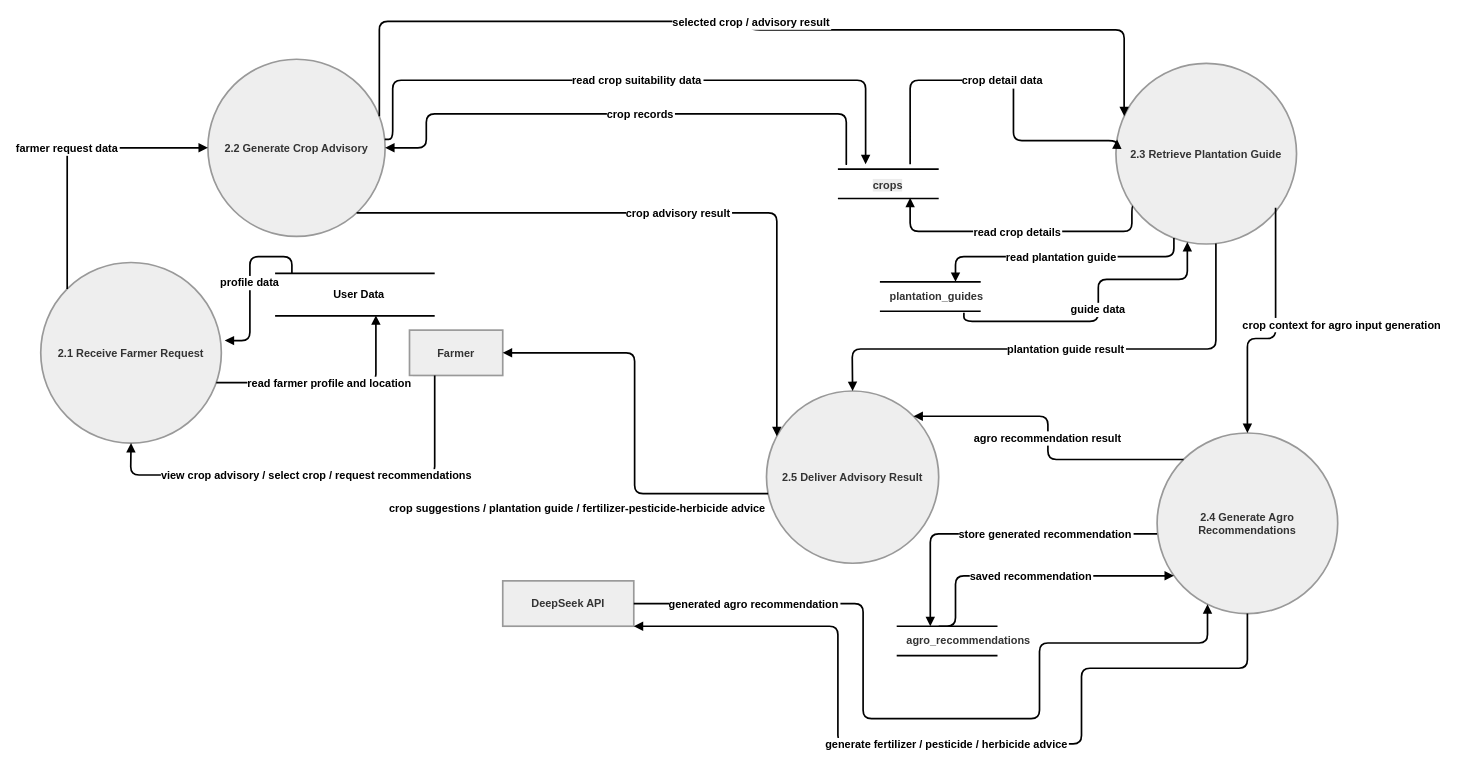
Earlier version of the draw.io diagram final/Level 2 DFD for Crop Advisory and Plantation Guide Process.drawio (bidur7745/Drawio-Files). Source tidied: cells renumbered, new cells numbered last; positions are measured from the earlier drawing's top-left corner, leaving out a move shared by most shapes. Both pictures are drawn from the tidied source at 84%, with x=0, y=0 at pixel (40, 21).
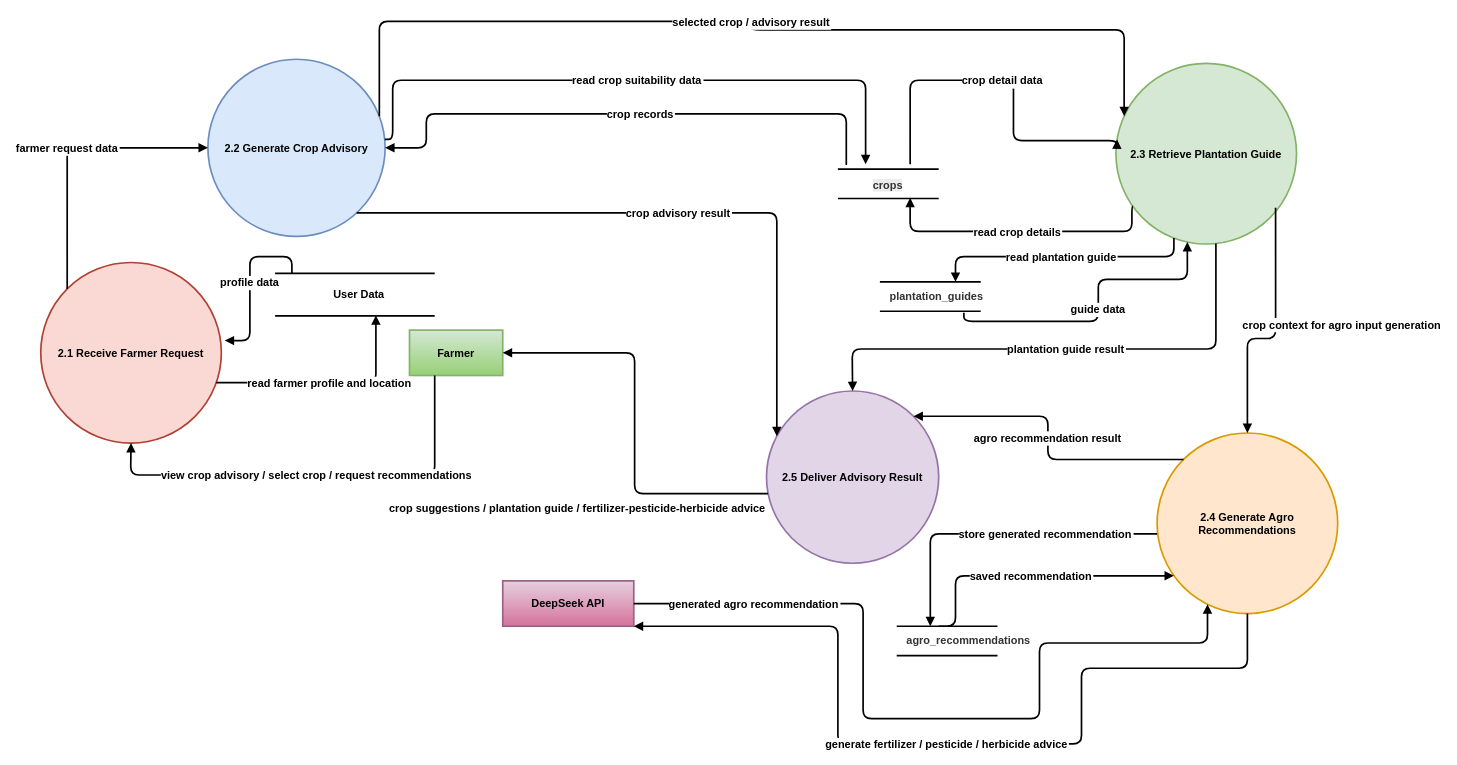
Above is the later version.

Change to the diagram source:
```diff
@@
-    <mxCell id="2" value="Farmer" style="whiteSpace=wrap;strokeWidth=2;fillColor=light-dark(#eeeeee,#1f2020);strokeColor=light-dark(#999999,#cccccc);fontColor=light-dark(#333333,#cccccc);fontSize=13;fontStyle=1;" parent="1" vertex="1">
+    <mxCell id="2" value="Farmer" style="whiteSpace=wrap;strokeWidth=2;fillColor=#d5e8d4;strokeColor=#82b366;fontSize=13;fontStyle=1;gradientColor=#97d077;" parent="1" vertex="1">
       <mxGeometry x="439" y="367.5" width="111" height="54" as="geometry" />
     </mxCell>
-    <mxCell id="3" value="DeepSeek API" style="whiteSpace=wrap;strokeWidth=2;fillColor=light-dark(#eeeeee,#1f2020);strokeColor=light-dark(#999999,#cccccc);fontColor=light-dark(#333333,#cccccc);fontSize=13;fontStyle=1;" parent="1" vertex="1">
+    <mxCell id="3" value="DeepSeek API" style="whiteSpace=wrap;strokeWidth=2;fillColor=#e6d0de;strokeColor=#996185;fontSize=13;fontStyle=1;gradientColor=#d5739d;" parent="1" vertex="1">
       <mxGeometry x="550" y="666" width="156" height="54" as="geometry" />
     </mxCell>
-    <mxCell id="4" value="2.1 Receive Farmer Request" style="ellipse;strokeWidth=2;whiteSpace=wrap;fillColor=light-dark(#eeeeee,#1f2020);strokeColor=light-dark(#999999,#cccccc);fontColor=light-dark(#333333,#cccccc);fontSize=13;fontStyle=1;" parent="1" vertex="1">
+    <mxCell id="4" value="2.1 Receive Farmer Request" style="ellipse;strokeWidth=2;whiteSpace=wrap;fillColor=#fad9d5;strokeColor=#ae4132;fontSize=13;fontStyle=1;" parent="1" vertex="1">
       <mxGeometry y="287" width="215" height="215" as="geometry" />
     </mxCell>
-    <mxCell id="5" value="2.2 Generate Crop Advisory" style="ellipse;strokeWidth=2;whiteSpace=wrap;fillColor=light-dark(#eeeeee,#1f2020);strokeColor=light-dark(#999999,#cccccc);fontColor=light-dark(#333333,#cccccc);fontSize=13;fontStyle=1;" parent="1" vertex="1">
+    <mxCell id="5" value="2.2 Generate Crop Advisory" style="ellipse;strokeWidth=2;whiteSpace=wrap;fillColor=#dae8fc;strokeColor=#6c8ebf;fontSize=13;fontStyle=1;" parent="1" vertex="1">
       <mxGeometry x="199" y="45" width="211" height="211" as="geometry" />
     </mxCell>
-    <mxCell id="6" value="2.3 Retrieve Plantation Guide" style="ellipse;strokeWidth=2;whiteSpace=wrap;fillColor=light-dark(#eeeeee,#1f2020);strokeColor=light-dark(#999999,#cccccc);fontColor=light-dark(#333333,#cccccc);fontSize=13;fontStyle=1;" parent="1" vertex="1">
+    <mxCell id="6" value="2.3 Retrieve Plantation Guide" style="ellipse;strokeWidth=2;whiteSpace=wrap;fillColor=#d5e8d4;strokeColor=#82b366;fontSize=13;fontStyle=1;" parent="1" vertex="1">
       <mxGeometry x="1280" y="50" width="215" height="215" as="geometry" />
     </mxCell>
-    <mxCell id="7" value="2.4 Generate Agro Recommendations" style="ellipse;strokeWidth=2;whiteSpace=wrap;fillColor=light-dark(#eeeeee,#1f2020);strokeColor=light-dark(#999999,#cccccc);fontColor=light-dark(#333333,#cccccc);fontSize=13;fontStyle=1;" parent="1" vertex="1">
+    <mxCell id="7" value="2.4 Generate Agro Recommendations" style="ellipse;strokeWidth=2;whiteSpace=wrap;fillColor=#ffe6cc;strokeColor=#d79b00;fontSize=13;fontStyle=1;" parent="1" vertex="1">
       <mxGeometry x="1329" y="490" width="215" height="215" as="geometry" />
     </mxCell>
-    <mxCell id="8" value="2.5 Deliver Advisory Result" style="ellipse;strokeWidth=2;whiteSpace=wrap;fillColor=light-dark(#eeeeee,#1f2020);strokeColor=light-dark(#999999,#cccccc);fontColor=light-dark(#333333,#cccccc);fontSize=13;fontStyle=1;" parent="1" vertex="1">
+    <mxCell id="8" value="2.5 Deliver Advisory Result" style="ellipse;strokeWidth=2;whiteSpace=wrap;fillColor=#e1d5e7;strokeColor=#9673a6;fontSize=13;fontStyle=1;" parent="1" vertex="1">
       <mxGeometry x="864" y="440" width="205" height="205" as="geometry" />
     </mxCell>
```
